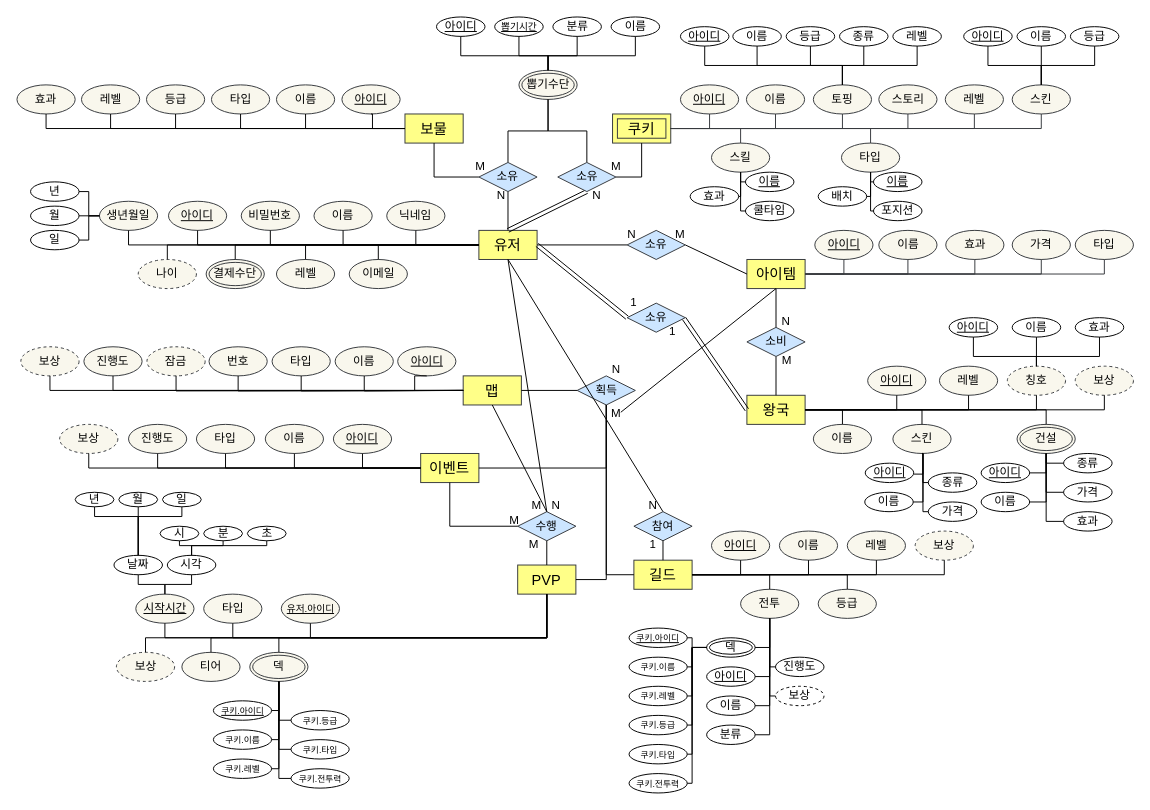
Above: page "페이지-2" (2 of 3) of 제목 없는 다이어그램.drawio in breeze234/web1 (draw.io), before the change. Source tidied: cells renumbered, new cells numbered last; positions are measured from the earlier drawing's top-left corner, leaving out a move shared by most shapes. Both pictures are drawn from the tidied source at 97%, with x=0, y=0 at pixel (16, 16).
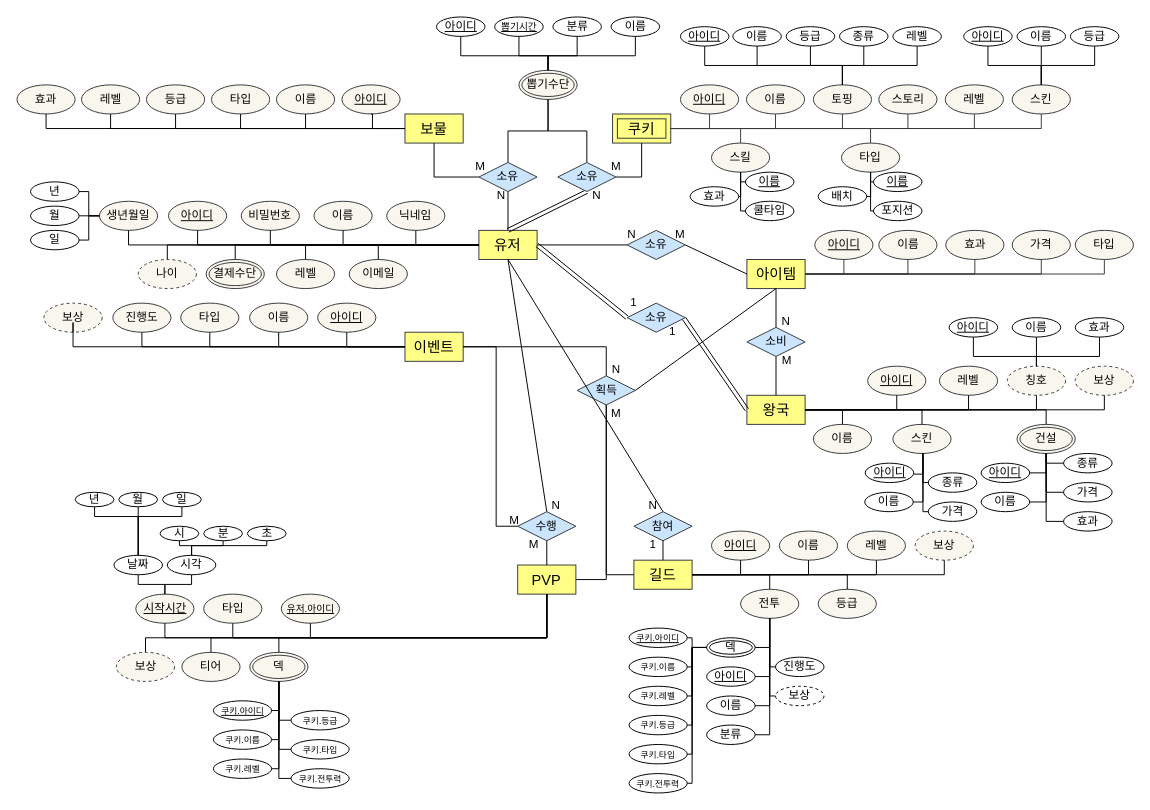
The same diagram, later.

Commit message (it also covers changes not shown here):
제목 없는 다이어그램.drawio 업데이트

The change refers to these unchanged cells:
```xml
<mxCell id="71" value="&lt;font style=&quot;font-size: 15px;&quot;&gt;아이템&lt;/font&gt;" style="whiteSpace=wrap;html=1;align=center;fillColor=#ffff88;strokeColor=#36393d;" parent="1" vertex="1">
  <mxGeometry x="752.5" y="250" width="60" height="30" as="geometry" />
</mxCell>
<mxCell id="183" value="수행" style="shape=rhombus;perimeter=rhombusPerimeter;whiteSpace=wrap;html=1;align=center;fillColor=#cce5ff;strokeColor=#36393d;" parent="1" vertex="1">
  <mxGeometry x="516.2" y="510" width="60" height="30" as="geometry" />
</mxCell>
<mxCell id="188" value="획득" style="shape=rhombus;perimeter=rhombusPerimeter;whiteSpace=wrap;html=1;align=center;fillColor=#cce5ff;strokeColor=#36393d;" parent="1" vertex="1">
  <mxGeometry x="577.5" y="370" width="60" height="30" as="geometry" />
</mxCell>
```

What changed in the source:
```diff
@@
-    <mxCell id="84" value="&lt;span style=&quot;font-size: 15px;&quot;&gt;맵&lt;/span&gt;" style="whiteSpace=wrap;html=1;align=center;fillColor=#ffff88;strokeColor=#36393d;" parent="1" vertex="1">
-      <mxGeometry x="460" y="370" width="60" height="30" as="geometry" />
-    </mxCell>
     <mxCell id="85" value="&lt;font style=&quot;font-size: 15px;&quot;&gt;이벤트&lt;/font&gt;" style="whiteSpace=wrap;html=1;align=center;fillColor=#ffff88;strokeColor=#36393d;" parent="1" vertex="1">
-      <mxGeometry x="416.2" y="450" width="60" height="30" as="geometry" />
+      <mxGeometry x="400" y="325" width="60" height="30" as="geometry" />
     </mxCell>
@@
     <mxCell id="119" value="이름" style="ellipse;whiteSpace=wrap;html=1;fillColor=#f9f7ed;strokeColor=#36393d;" parent="1" vertex="1">
-      <mxGeometry x="256" y="420" width="60" height="30" as="geometry" />
+      <mxGeometry x="239.8" y="295" width="60" height="30" as="geometry" />
     </mxCell>
     <mxCell id="120" value="&lt;u&gt;아이디&lt;/u&gt;" style="ellipse;whiteSpace=wrap;html=1;fillColor=#f9f7ed;strokeColor=#36393d;" parent="1" vertex="1">
-      <mxGeometry x="326.2" y="420" width="60" height="30" as="geometry" />
+      <mxGeometry x="310" y="295" width="60" height="30" as="geometry" />
     </mxCell>
     <mxCell id="121" value="타입" style="ellipse;whiteSpace=wrap;html=1;fillColor=#f9f7ed;strokeColor=#36393d;" parent="1" vertex="1">
-      <mxGeometry x="185" y="420" width="60" height="30" as="geometry" />
+      <mxGeometry x="168.8" y="295" width="60" height="30" as="geometry" />
     </mxCell>
     <mxCell id="122" value="진행도" style="ellipse;whiteSpace=wrap;html=1;fillColor=#f9f7ed;strokeColor=#36393d;" parent="1" vertex="1">
-      <mxGeometry x="115" y="420" width="60" height="30" as="geometry" />
+      <mxGeometry x="98.8" y="295" width="60" height="30" as="geometry" />
     </mxCell>
     <mxCell id="123" value="보상" style="ellipse;whiteSpace=wrap;html=1;dashed=1;fillColor=#f9f7ed;strokeColor=#36393d;" parent="1" vertex="1">
-      <mxGeometry x="44" y="420" width="60" height="30" as="geometry" />
+      <mxGeometry x="27.8" y="295" width="60" height="30" as="geometry" />
     </mxCell>
@@
-    <mxCell id="129" value="이름" style="ellipse;whiteSpace=wrap;html=1;fillColor=#f9f7ed;strokeColor=#36393d;" parent="1" vertex="1">
-      <mxGeometry x="328" y="340" width="60" height="30" as="geometry" />
-    </mxCell>
-    <mxCell id="130" value="&lt;u&gt;아이디&lt;/u&gt;" style="ellipse;whiteSpace=wrap;html=1;fillColor=#f9f7ed;strokeColor=#36393d;" parent="1" vertex="1">
-      <mxGeometry x="392.5" y="340" width="60" height="30" as="geometry" />
-    </mxCell>
-    <mxCell id="131" value="타입" style="ellipse;whiteSpace=wrap;html=1;fillColor=#f9f7ed;strokeColor=#36393d;" parent="1" vertex="1">
-      <mxGeometry x="263" y="340" width="60" height="30" as="geometry" />
-    </mxCell>
-    <mxCell id="132" value="번호" style="ellipse;whiteSpace=wrap;html=1;fillColor=#f9f7ed;strokeColor=#36393d;" parent="1" vertex="1">
-      <mxGeometry x="198" y="340" width="60" height="30" as="geometry" />
-    </mxCell>
-    <mxCell id="133" value="진행도" style="ellipse;whiteSpace=wrap;html=1;fillColor=#f9f7ed;strokeColor=#36393d;" parent="1" vertex="1">
-      <mxGeometry x="69" y="340" width="60" height="30" as="geometry" />
-    </mxCell>
-    <mxCell id="134" value="보상" style="ellipse;whiteSpace=wrap;html=1;dashed=1;fillColor=#f9f7ed;strokeColor=#36393d;" parent="1" vertex="1">
-      <mxGeometry x="4" y="340" width="60" height="30" as="geometry" />
-    </mxCell>
-    <mxCell id="135" value="잠금" style="ellipse;whiteSpace=wrap;html=1;dashed=1;fillColor=#f9f7ed;strokeColor=#36393d;" parent="1" vertex="1">
-      <mxGeometry x="134" y="340" width="60" height="30" as="geometry" />
-    </mxCell>
-    <mxCell id="136" style="endArrow=none;html=1;rounded=0;exitX=0;exitY=0.5;exitDx=0;exitDy=0;entryX=0.5;entryY=1;entryDx=0;entryDy=0;edgeStyle=orthogonalEdgeStyle;" parent="1" edge="1" target="132">
-      <mxGeometry relative="1" as="geometry">
-        <mxPoint x="460" y="385" as="sourcePoint" />
-      </mxGeometry>
-    </mxCell>
-    <mxCell id="137" style="endArrow=none;html=1;rounded=0;exitX=0;exitY=0.5;exitDx=0;exitDy=0;entryX=0.5;entryY=1;entryDx=0;entryDy=0;edgeStyle=orthogonalEdgeStyle;" parent="1" edge="1" target="131">
-      <mxGeometry relative="1" as="geometry">
-        <mxPoint x="460" y="385" as="sourcePoint" />
-      </mxGeometry>
-    </mxCell>
-    <mxCell id="138" style="endArrow=none;html=1;rounded=0;exitX=0;exitY=0.5;exitDx=0;exitDy=0;entryX=0.5;entryY=1;entryDx=0;entryDy=0;edgeStyle=orthogonalEdgeStyle;" parent="1" edge="1" target="129">
-      <mxGeometry relative="1" as="geometry">
-        <mxPoint x="460" y="385" as="sourcePoint" />
-      </mxGeometry>
-    </mxCell>
-    <mxCell id="139" style="endArrow=none;html=1;rounded=0;exitX=0;exitY=0.5;exitDx=0;exitDy=0;entryX=0.5;entryY=1;entryDx=0;entryDy=0;edgeStyle=orthogonalEdgeStyle;" parent="1" edge="1" target="135">
-      <mxGeometry relative="1" as="geometry">
-        <mxPoint x="460" y="385" as="sourcePoint" />
-      </mxGeometry>
-    </mxCell>
-    <mxCell id="140" style="endArrow=none;html=1;rounded=0;exitX=0;exitY=0.5;exitDx=0;exitDy=0;entryX=0.5;entryY=1;entryDx=0;entryDy=0;edgeStyle=orthogonalEdgeStyle;" parent="1" edge="1" source="84" target="134">
-      <mxGeometry relative="1" as="geometry">
-        <Array as="points">
-          <mxPoint x="34" y="385" />
-        </Array>
-      </mxGeometry>
-    </mxCell>
-    <mxCell id="141" style="endArrow=none;html=1;rounded=0;exitX=0;exitY=0.5;exitDx=0;exitDy=0;entryX=0.5;entryY=1;entryDx=0;entryDy=0;edgeStyle=orthogonalEdgeStyle;" parent="1" edge="1" source="84" target="133">
-      <mxGeometry relative="1" as="geometry">
-        <Array as="points">
-          <mxPoint x="99" y="385" />
-        </Array>
-      </mxGeometry>
-    </mxCell>
-    <mxCell id="142" style="endArrow=none;html=1;rounded=0;exitX=0.5;exitY=1;exitDx=0;exitDy=0;entryX=0;entryY=0.5;entryDx=0;entryDy=0;edgeStyle=orthogonalEdgeStyle;" parent="1" edge="1" source="130" target="84">
-      <mxGeometry relative="1" as="geometry">
-        <Array as="points">
-          <mxPoint x="410" y="385" />
-        </Array>
-      </mxGeometry>
-    </mxCell>
@@
-    <mxCell id="185" style="endArrow=none;html=1;rounded=0;entryX=0.5;entryY=0;entryDx=0;entryDy=0;exitX=0.5;exitY=1;exitDx=0;exitDy=0;" parent="1" edge="1" source="84" target="183">
-      <mxGeometry relative="1" as="geometry" />
-    </mxCell>
-    <mxCell id="186" style="endArrow=none;html=1;rounded=0;entryX=0;entryY=0.5;entryDx=0;entryDy=0;exitX=0.5;exitY=1;exitDx=0;exitDy=0;edgeStyle=orthogonalEdgeStyle;" parent="1" edge="1" source="85" target="183">
+    <mxCell id="186" style="endArrow=none;html=1;rounded=0;entryX=0;entryY=0.5;entryDx=0;entryDy=0;exitX=1;exitY=0.5;exitDx=0;exitDy=0;edgeStyle=orthogonalEdgeStyle;" parent="1" edge="1" source="85" target="183">
       <mxGeometry relative="1" as="geometry">
         <Array as="points">
-          <mxPoint x="446" y="525" />
+          <mxPoint x="494" y="340" />
+          <mxPoint x="494" y="525" />
         </Array>
       </mxGeometry>
     </mxCell>
@@
-    <mxCell id="189" style="endArrow=none;html=1;rounded=0;exitX=0.5;exitY=1;exitDx=0;exitDy=0;entryX=1;entryY=0;entryDx=0;entryDy=0;strokeColor=#000000;jumpStyle=none;shadow=0;" parent="1" edge="1" source="71">
-      <mxGeometry relative="1" as="geometry">
-        <mxPoint x="622.5" y="407.5" as="targetPoint" />
-      </mxGeometry>
+    <mxCell id="189" style="endArrow=none;html=1;rounded=0;exitX=0.5;exitY=1;exitDx=0;exitDy=0;entryX=1;entryY=0.5;entryDx=0;entryDy=0;strokeColor=#000000;jumpStyle=none;shadow=0;" parent="1" edge="1" source="71" target="188">
+      <mxGeometry relative="1" as="geometry" />
     </mxCell>
-    <mxCell id="190" style="endArrow=none;html=1;rounded=0;exitX=0;exitY=0.5;exitDx=0;exitDy=0;entryX=1;entryY=0.5;entryDx=0;entryDy=0;edgeStyle=orthogonalEdgeStyle;" parent="1" edge="1" source="188" target="84">
-      <mxGeometry relative="1" as="geometry" />
-    </mxCell>
-    <mxCell id="191" style="endArrow=none;html=1;rounded=0;exitX=0.5;exitY=1;exitDx=0;exitDy=0;entryX=1;entryY=0.5;entryDx=0;entryDy=0;edgeStyle=orthogonalEdgeStyle;" parent="1" edge="1" source="188" target="85">
+    <mxCell id="191" style="endArrow=none;html=1;rounded=0;exitX=0.5;exitY=0;exitDx=0;exitDy=0;entryX=1;entryY=0.5;entryDx=0;entryDy=0;edgeStyle=orthogonalEdgeStyle;" parent="1" edge="1" source="188" target="85">
       <mxGeometry relative="1" as="geometry">
         <Array as="points">
-          <mxPoint x="607" y="465" />
+          <mxPoint x="608" y="340" />
         </Array>
       </mxGeometry>
     </mxCell>
@@
-    <mxCell id="240" value="M" style="text;strokeColor=none;fillColor=none;spacingLeft=4;spacingRight=4;overflow=hidden;fontSize=12;whiteSpace=wrap;html=1;align=center;" parent="1" vertex="1">
-      <mxGeometry x="516.2" y="490" width="40" height="30" as="geometry" />
-    </mxCell>
```
